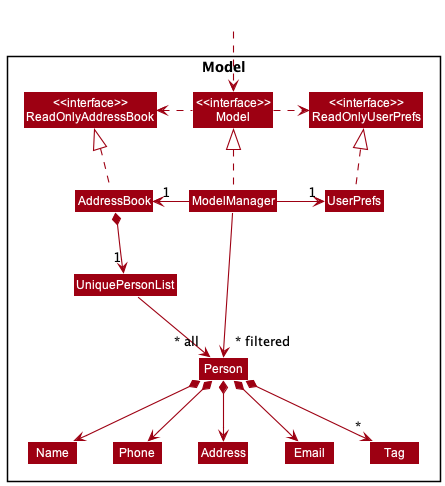
nus-cs2103-AY2223S1/tp keeps this PlantUML diagram as docs/images/ModelClassDiagram.png. Above is the earlier version.
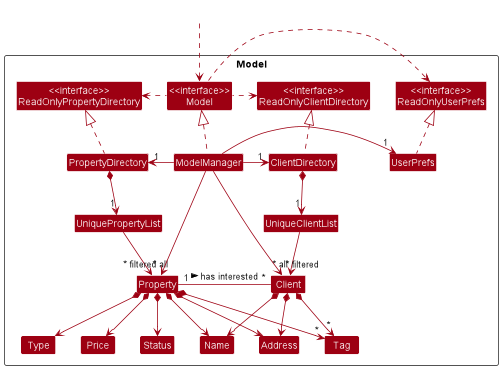
Above is the later version.

Diff of the diagram source:
```diff
@@ -5,46 +5,61 @@
 skinparam classBackgroundColor MODEL_COLOR
 
 Package Model <<Rectangle>>{
-Class "<<interface>>\nReadOnlyAddressBook" as ReadOnlyAddressBook
+Class "<<interface>>\nReadOnlyPropertyDirectory" as ReadOnlyPropertyDirectory
+Class "<<interface>>\nReadOnlyClientDirectory" as ReadOnlyClientDirectory
 Class "<<interface>>\nReadOnlyUserPrefs" as ReadOnlyUserPrefs
 Class "<<interface>>\nModel" as Model
-Class AddressBook
+Class ClientDirectory
+Class PropertyDirectory
 Class ModelManager
 Class UserPrefs
 
-Class UniquePersonList
-Class Person
+Class UniquePropertyList
+Class UniqueClientList
+Class Property
+Class Client
 Class Address
-Class Email
+Class Status
 Class Name
-Class Phone
+Class Price
+Class Type
 Class Tag
-
 }
 
 Class HiddenOutside #FFFFFF
 HiddenOutside ..> Model
 
-AddressBook .up.|> ReadOnlyAddressBook
+PropertyDirectory .up.|> ReadOnlyPropertyDirectory
+ClientDirectory .up.|> ReadOnlyClientDirectory
 
 ModelManager .up.|> Model
 Model .right.> ReadOnlyUserPrefs
-Model .left.> ReadOnlyAddressBook
-ModelManager -left-> "1" AddressBook
+Model .left.> ReadOnlyPropertyDirectory
+Model .left.> ReadOnlyClientDirectory
+ModelManager -left-> "1" PropertyDirectory
+ModelManager -left-> "1" ClientDirectory
 ModelManager -right-> "1" UserPrefs
 UserPrefs .up.|> ReadOnlyUserPrefs
 
-AddressBook *--> "1" UniquePersonList
-UniquePersonList --> "~* all" Person
-Person *--> Name
-Person *--> Phone
-Person *--> Email
-Person *--> Address
-Person *--> "*" Tag
+PropertyDirectory *--> "1" UniquePropertyList
+ClientDirectory *--> "1" UniqueClientList
+UniquePropertyList --> "~* all" Property
+UniqueClientList --> "~* all" Client
+Property *--> Name
+Property *--> Address
+Property *--> Price
+Property *--> Status
+Property *--> Type
+Property *--> "*" Tag
+Client *--> Name
+Client *--> Address
+Client *--> "*" Tag
 
-Name -[hidden]right-> Phone
-Phone -[hidden]right-> Address
-Address -[hidden]right-> Email
+Name -[hidden]right-> Address
+Address -[hidden]right-> Status
+Status -[hidden]right-> Type
 
-ModelManager -->"~* filtered" Person
+Property "1" - "*" Client : has interested >
+ModelManager -->"~* filtered" Property
+ModelManager -->"~* filtered" Client
 @enduml
```
